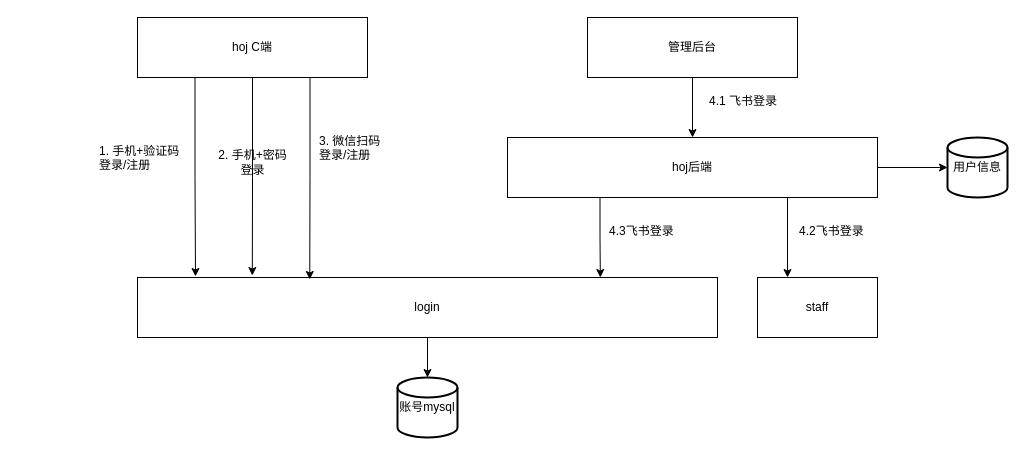
This is hoj技术方案.drawio from xiell2016/hetaoDesign, a draw.io file, before an edit. Source tidied: cells renumbered, new cells numbered last; positions are measured from the earlier drawing's top-left corner, leaving out a move shared by most shapes. Both pictures are drawn from the tidied source at 100%, with x=0, y=0 at pixel (97, 17).
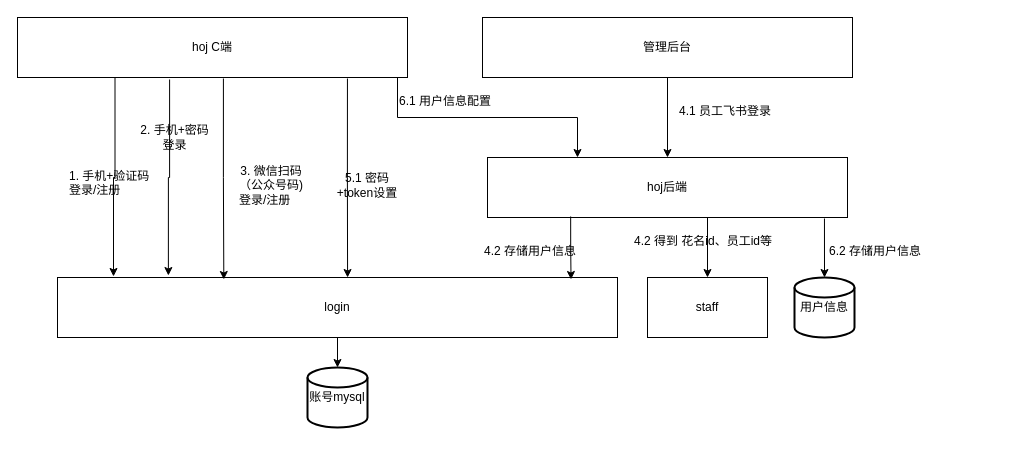
The same page after the edit.

Commit message (it also covers changes not shown here):
更新hoj技术方案.drawio

Change to the diagram source:
```diff
@@
+    <mxCell id="23" style="edgeStyle=orthogonalEdgeStyle;rounded=0;jettySize=auto;html=1;exitX=1;exitY=1;exitDx=0;exitDy=0;entryX=0.25;entryY=0;entryDx=0;entryDy=0;" parent="1" edge="1" source="2" target="7">
+      <mxGeometry relative="1" as="geometry">
+        <Array as="points">
+          <mxPoint x="300" y="60" />
+          <mxPoint x="300" y="100" />
+          <mxPoint x="480" y="100" />
+        </Array>
+      </mxGeometry>
+    </mxCell>
     <mxCell id="2" value="hoj C端" style="rounded=0;whiteSpace=wrap;html=1;" parent="1" vertex="1">
-      <mxGeometry x="40" width="230" height="60" as="geometry" />
+      <mxGeometry x="-80" width="390" height="60" as="geometry" />
     </mxCell>
@@
     <mxCell id="4" value="管理后台" style="rounded=0;whiteSpace=wrap;html=1;" parent="1" vertex="1">
-      <mxGeometry x="490" width="210" height="60" as="geometry" />
+      <mxGeometry x="385" width="370" height="60" as="geometry" />
     </mxCell>
     <mxCell id="5" value="login" style="rounded=0;whiteSpace=wrap;html=1;" parent="1" vertex="1">
-      <mxGeometry x="40" y="260" width="580" height="60" as="geometry" />
+      <mxGeometry x="-40" y="260" width="560" height="60" as="geometry" />
     </mxCell>
-    <mxCell id="6" style="edgeStyle=orthogonalEdgeStyle;rounded=0;jettySize=auto;html=1;exitX=0.75;exitY=1;exitDx=0;exitDy=0;entryX=0.25;entryY=0;entryDx=0;entryDy=0;" parent="1" edge="1" source="7" target="10">
+    <mxCell id="6" style="edgeStyle=orthogonalEdgeStyle;rounded=0;jettySize=auto;html=1;exitX=0.908;exitY=0.983;exitDx=0;exitDy=0;entryX=0.5;entryY=0;entryDx=0;entryDy=0;exitPerimeter=0;" parent="1" edge="1" source="7" target="10">
       <mxGeometry relative="1" as="geometry">
         <Array as="points">
-          <mxPoint x="690" y="180" />
+          <mxPoint x="610" y="199" />
         </Array>
       </mxGeometry>
     </mxCell>
     <mxCell id="7" value="hoj后端" style="rounded=0;whiteSpace=wrap;html=1;" parent="1" vertex="1">
-      <mxGeometry x="410" y="120" width="370" height="60" as="geometry" />
+      <mxGeometry x="390" y="140" width="360" height="60" as="geometry" />
     </mxCell>
@@
-    <mxCell id="9" style="edgeStyle=orthogonalEdgeStyle;rounded=0;jettySize=auto;html=1;exitX=0.75;exitY=1;exitDx=0;exitDy=0;entryX=0.297;entryY=0.033;entryDx=0;entryDy=0;entryPerimeter=0;" parent="1" edge="1" source="2" target="5">
+    <mxCell id="9" style="edgeStyle=orthogonalEdgeStyle;rounded=0;jettySize=auto;html=1;exitX=0.528;exitY=1.017;exitDx=0;exitDy=0;entryX=0.297;entryY=0.033;entryDx=0;entryDy=0;entryPerimeter=0;exitPerimeter=0;" parent="1" edge="1" source="2" target="5">
       <mxGeometry relative="1" as="geometry" />
     </mxCell>
     <mxCell id="10" value="staff" style="rounded=0;whiteSpace=wrap;html=1;" parent="1" vertex="1">
-      <mxGeometry x="660" y="260" width="120" height="60" as="geometry" />
+      <mxGeometry x="550" y="260" width="120" height="60" as="geometry" />
     </mxCell>
-    <mxCell id="11" style="edgeStyle=orthogonalEdgeStyle;rounded=0;jettySize=auto;html=1;exitX=0.25;exitY=1;exitDx=0;exitDy=0;entryX=0.798;entryY=0;entryDx=0;entryDy=0;entryPerimeter=0;" parent="1" edge="1" source="7" target="5">
-      <mxGeometry relative="1" as="geometry" />
-    </mxCell>
-    <mxCell id="12" style="edgeStyle=orthogonalEdgeStyle;rounded=0;jettySize=auto;html=1;exitX=0.5;exitY=1;exitDx=0;exitDy=0;entryX=0.198;entryY=-0.033;entryDx=0;entryDy=0;entryPerimeter=0;" parent="1" edge="1" source="2" target="5">
+    <mxCell id="12" style="edgeStyle=orthogonalEdgeStyle;rounded=0;jettySize=auto;html=1;exitX=0.39;exitY=1.033;exitDx=0;exitDy=0;entryX=0.198;entryY=-0.033;entryDx=0;entryDy=0;entryPerimeter=0;exitPerimeter=0;" parent="1" edge="1" source="2" target="5">
       <mxGeometry relative="1" as="geometry" />
     </mxCell>
     <mxCell id="13" value="2. 手机+密码&lt;div&gt;登录&lt;/div&gt;" style="text;html=1;align=center;verticalAlign=middle;whiteSpace=wrap;rounded=0;" parent="1" vertex="1">
-      <mxGeometry x="117.5" y="125" width="75" height="40" as="geometry" />
+      <mxGeometry x="40" y="100" width="75" height="40" as="geometry" />
     </mxCell>
-    <mxCell id="14" value="&lt;div style=&quot;text-align: center;&quot;&gt;&lt;span style=&quot;background-color: initial;&quot;&gt;3. 微信扫码&lt;/span&gt;&lt;/div&gt;&lt;div&gt;&lt;span style=&quot;text-align: center;&quot;&gt;登录/注册&lt;/span&gt;&lt;br&gt;&lt;/div&gt;" style="text;whiteSpace=wrap;html=1;" parent="1" vertex="1">
-      <mxGeometry x="220" y="110" width="76" height="50" as="geometry" />
+    <mxCell id="14" value="&lt;div style=&quot;text-align: center;&quot;&gt;&lt;span style=&quot;background-color: initial;&quot;&gt;3. 微信扫码&lt;/span&gt;&lt;/div&gt;&lt;div style=&quot;text-align: center;&quot;&gt;&lt;span style=&quot;background-color: initial;&quot;&gt;（公众号码)&lt;/span&gt;&lt;/div&gt;&lt;div&gt;&lt;span style=&quot;text-align: center;&quot;&gt;登录/注册&lt;/span&gt;&lt;br&gt;&lt;/div&gt;" style="text;whiteSpace=wrap;html=1;" parent="1" vertex="1">
+      <mxGeometry x="140" y="140" width="76" height="50" as="geometry" />
     </mxCell>
     <mxCell id="15" value="&lt;span style=&quot;text-align: center;&quot;&gt;1. 手机+验证码&lt;/span&gt;&lt;div&gt;&lt;span style=&quot;text-align: center;&quot;&gt;登录/注册&lt;/span&gt;&lt;br&gt;&lt;/div&gt;" style="text;whiteSpace=wrap;html=1;" parent="1" vertex="1">
-      <mxGeometry y="120" width="86" height="50" as="geometry" />
+      <mxGeometry x="-30" y="145" width="86" height="50" as="geometry" />
     </mxCell>
-    <mxCell id="16" value="&lt;div style=&quot;text-align: center;&quot;&gt;4.1 飞书登录&lt;/div&gt;" style="text;whiteSpace=wrap;html=1;" parent="1" vertex="1">
-      <mxGeometry x="610" y="70" width="76" height="50" as="geometry" />
+    <mxCell id="16" value="&lt;div style=&quot;text-align: center;&quot;&gt;4.1&amp;nbsp;&lt;span style=&quot;background-color: initial;&quot;&gt;员工飞书登录&lt;/span&gt;&lt;/div&gt;" style="text;whiteSpace=wrap;html=1;" parent="1" vertex="1">
+      <mxGeometry x="580" y="80" width="150" height="30" as="geometry" />
     </mxCell>
-    <mxCell id="17" value="&lt;div style=&quot;text-align: center;&quot;&gt;4.2飞书登录&lt;/div&gt;" style="text;whiteSpace=wrap;html=1;" parent="1" vertex="1">
-      <mxGeometry x="700" y="200" width="76" height="30" as="geometry" />
-    </mxCell>
-    <mxCell id="18" value="&lt;div style=&quot;text-align: center;&quot;&gt;4.3飞书登录&lt;/div&gt;" style="text;whiteSpace=wrap;html=1;" parent="1" vertex="1">
-      <mxGeometry x="510" y="200" width="76" height="30" as="geometry" />
-    </mxCell>
     <mxCell id="19" value="账号mysql" style="strokeWidth=2;html=1;shape=mxgraph.flowchart.database;whiteSpace=wrap;" parent="1" vertex="1">
-      <mxGeometry x="300" y="360" width="60" height="60" as="geometry" />
+      <mxGeometry x="210" y="350" width="60" height="60" as="geometry" />
     </mxCell>
     <mxCell id="20" value="用户信息" style="strokeWidth=2;html=1;shape=mxgraph.flowchart.database;whiteSpace=wrap;" parent="1" vertex="1">
-      <mxGeometry x="850" y="120" width="60" height="60" as="geometry" />
+      <mxGeometry x="697" y="260" width="60" height="60" as="geometry" />
     </mxCell>
+    <mxCell id="22" style="edgeStyle=orthogonalEdgeStyle;rounded=0;jettySize=auto;html=1;exitX=0.5;exitY=1;exitDx=0;exitDy=0;entryX=0.5;entryY=0;entryDx=0;entryDy=0;entryPerimeter=0;" parent="1" edge="1" source="5" target="19">
+      <mxGeometry relative="1" as="geometry" />
+    </mxCell>
+    <mxCell id="24" value="&lt;div style=&quot;text-align: center;&quot;&gt;4.2&amp;nbsp;&lt;span style=&quot;background-color: initial;&quot;&gt;得到 花名id、员工id等&lt;/span&gt;&lt;/div&gt;" style="text;whiteSpace=wrap;html=1;" parent="1" vertex="1">
+      <mxGeometry x="535" y="210" width="150" height="30" as="geometry" />
+    </mxCell>
+    <mxCell id="11" style="edgeStyle=orthogonalEdgeStyle;rounded=0;jettySize=auto;html=1;exitX=0.231;exitY=0.983;exitDx=0;exitDy=0;entryX=0.917;entryY=0.033;entryDx=0;entryDy=0;entryPerimeter=0;exitPerimeter=0;" parent="1" edge="1" source="7" target="5">
+      <mxGeometry relative="1" as="geometry" />
+    </mxCell>
+    <mxCell id="25" value="&lt;div style=&quot;text-align: center;&quot;&gt;4.2 存储用户信息&lt;/div&gt;" style="text;whiteSpace=wrap;html=1;" parent="1" vertex="1">
+      <mxGeometry x="385" y="220" width="150" height="30" as="geometry" />
+    </mxCell>
+    <mxCell id="26" value="&lt;div style=&quot;text-align: center;&quot;&gt;6.2 存储用户信息&lt;/div&gt;" style="text;whiteSpace=wrap;html=1;" parent="1" vertex="1">
+      <mxGeometry x="730" y="220" width="150" height="30" as="geometry" />
+    </mxCell>
+    <mxCell id="27" value="&lt;div style=&quot;text-align: center;&quot;&gt;6.1 用户信息配置&lt;/div&gt;" style="text;whiteSpace=wrap;html=1;" parent="1" vertex="1">
+      <mxGeometry x="300" y="70" width="150" height="30" as="geometry" />
+    </mxCell>
+    <mxCell id="28" style="edgeStyle=orthogonalEdgeStyle;rounded=0;jettySize=auto;html=1;exitX=0.846;exitY=1.017;exitDx=0;exitDy=0;entryX=0.518;entryY=0;entryDx=0;entryDy=0;entryPerimeter=0;exitPerimeter=0;" parent="1" edge="1" source="2" target="5">
+      <mxGeometry relative="1" as="geometry" />
+    </mxCell>
+    <mxCell id="29" value="5.1 密码+token设置" style="text;html=1;align=center;verticalAlign=middle;whiteSpace=wrap;rounded=0;" parent="1" vertex="1">
+      <mxGeometry x="230" y="155" width="80" height="25" as="geometry" />
+    </mxCell>
-    <mxCell id="21" style="edgeStyle=orthogonalEdgeStyle;rounded=0;jettySize=auto;html=1;exitX=1;exitY=0.5;exitDx=0;exitDy=0;entryX=0;entryY=0.5;entryDx=0;entryDy=0;entryPerimeter=0;" parent="1" edge="1" source="7" target="20">
+    <mxCell id="21" style="edgeStyle=orthogonalEdgeStyle;rounded=0;jettySize=auto;html=1;exitX=0.936;exitY=1.017;exitDx=0;exitDy=0;entryX=0.5;entryY=0;entryDx=0;entryDy=0;entryPerimeter=0;exitPerimeter=0;" parent="1" edge="1" source="7" target="20">
       <mxGeometry relative="1" as="geometry" />
     </mxCell>
-    <mxCell id="22" style="edgeStyle=orthogonalEdgeStyle;rounded=0;jettySize=auto;html=1;exitX=0.5;exitY=1;exitDx=0;exitDy=0;entryX=0.5;entryY=0;entryDx=0;entryDy=0;entryPerimeter=0;" parent="1" edge="1" source="5" target="19">
-      <mxGeometry relative="1" as="geometry" />
-    </mxCell>
```
